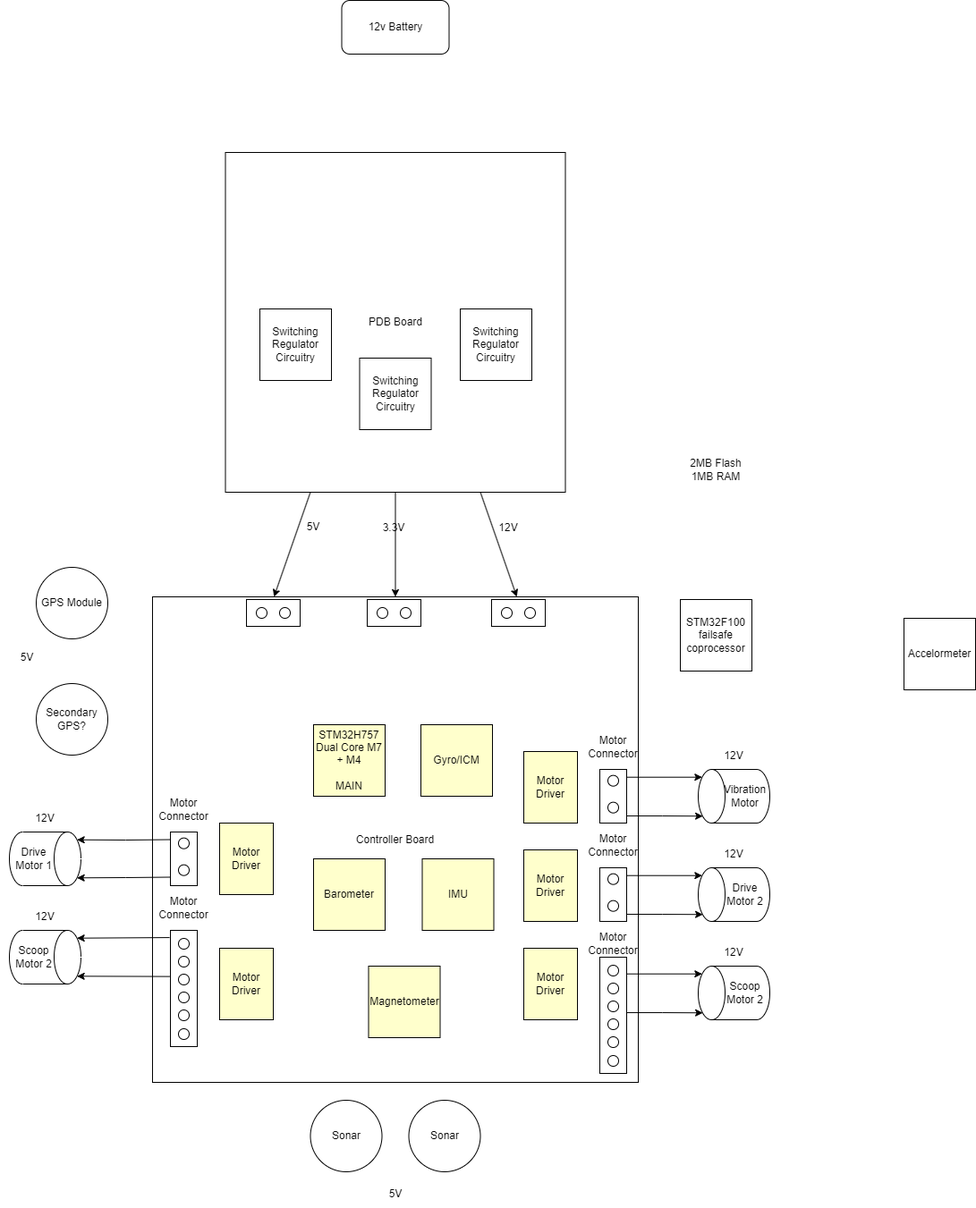
Earlier version of the draw.io export Beach_Clean_Up_Rover/Diagrams/PDB_BlockDiagram.png (erickr8000/Beach_Clean_Up_Rover). Source tidied: cells renumbered, new cells last; positions are measured from the earlier drawing's top-left corner, leaving out a move shared by most shapes.
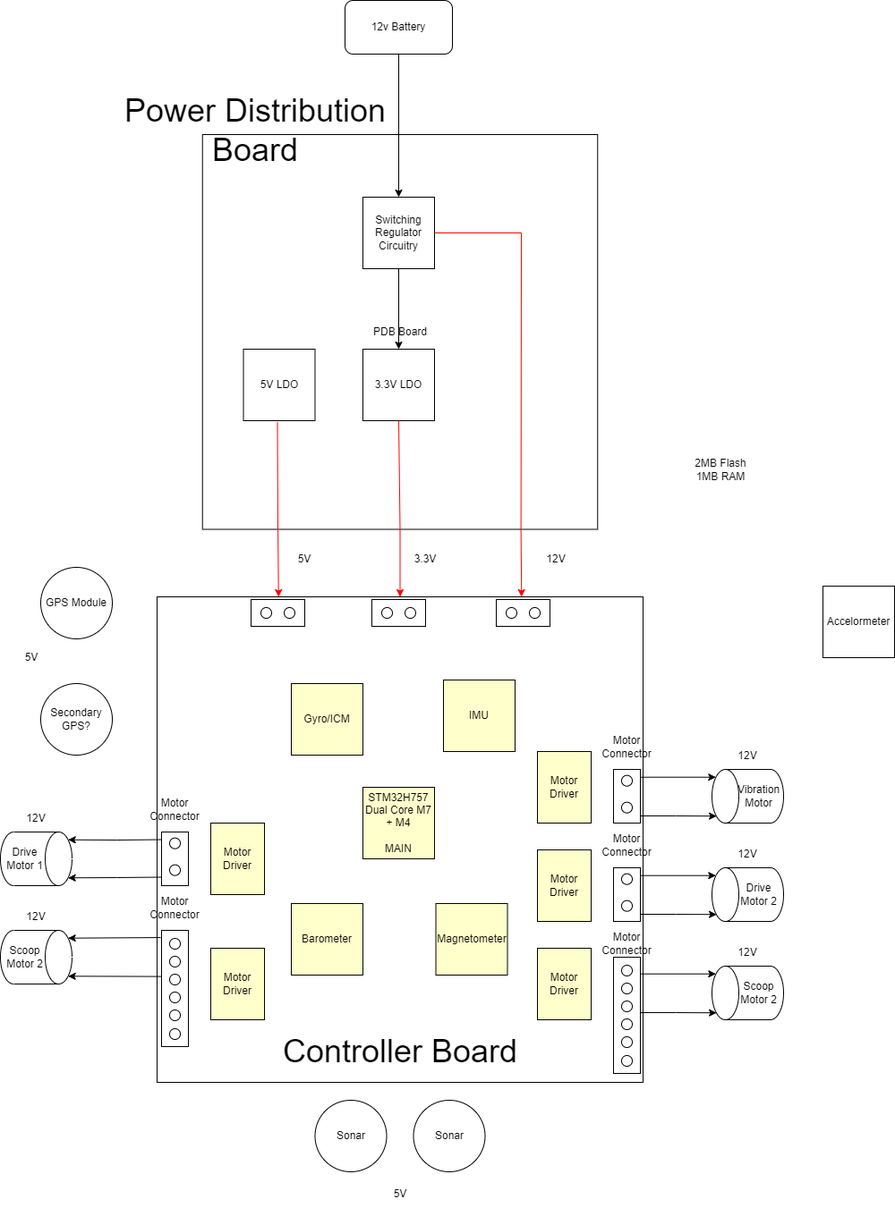
After the commit.

Change to the diagram source:
```diff
@@ -3,7 +3,7 @@
     <mxCell id="0" />
     <mxCell id="1" parent="0" />
     <mxCell id="2" value="12v Battery" style="rounded=1;whiteSpace=wrap;html=1;" parent="1" vertex="1">
-      <mxGeometry x="381.5" width="120" height="60" as="geometry" />
+      <mxGeometry x="380" width="120" height="60" as="geometry" />
     </mxCell>
     <mxCell id="3" value="GPS Module&lt;br&gt;" style="ellipse;whiteSpace=wrap;html=1;" parent="1" vertex="1">
       <mxGeometry x="40" y="634" width="80" height="80" as="geometry" />
@@ -24,31 +24,31 @@
       <mxGeometry x="411.5" y="1320" width="60" height="30" as="geometry" />
     </mxCell>
     <mxCell id="9" value="PDB Board" style="whiteSpace=wrap;html=1;" parent="1" vertex="1">
-      <mxGeometry x="251.5" y="170" width="380" height="380" as="geometry" />
+      <mxGeometry x="220.8" y="150" width="441.5" height="441.5" as="geometry" />
     </mxCell>
-    <mxCell id="10" value="Controller Board" style="whiteSpace=wrap;html=1;" parent="1" vertex="1">
+    <mxCell id="10" style="whiteSpace=wrap;html=1;" parent="1" vertex="1">
       <mxGeometry x="170" y="667" width="543" height="543" as="geometry" />
     </mxCell>
-    <mxCell id="11" style="endArrow=classic;html=1;rounded=0;exitX=0.5;exitY=1;exitDx=0;exitDy=0;entryX=0.5;entryY=0;entryDx=0;entryDy=0;" parent="1" edge="1" source="9" target="10">
+    <mxCell id="11" style="endArrow=classic;html=1;rounded=0;exitX=0.5;exitY=1;exitDx=0;exitDy=0;entryX=0.5;entryY=0;entryDx=0;entryDy=0;strokeColor=#FF0000;" parent="1" edge="1" source="9" target="10">
       <mxGeometry relative="1" as="geometry" />
     </mxCell>
-    <mxCell id="12" style="endArrow=classic;html=1;rounded=0;exitX=0.25;exitY=1;exitDx=0;exitDy=0;entryX=0.25;entryY=0;entryDx=0;entryDy=0;" parent="1" edge="1" source="9" target="10">
+    <mxCell id="12" style="endArrow=classic;html=1;rounded=0;exitX=0.191;exitY=1.001;exitDx=0;exitDy=0;entryX=0.25;entryY=0;entryDx=0;entryDy=0;exitPerimeter=0;strokeColor=#FF0000;" parent="1" edge="1" source="9" target="10">
       <mxGeometry relative="1" as="geometry" />
     </mxCell>
-    <mxCell id="13" style="endArrow=classic;html=1;rounded=0;exitX=0.75;exitY=1;exitDx=0;exitDy=0;entryX=0.75;entryY=0;entryDx=0;entryDy=0;" parent="1" edge="1" source="9" target="10">
+    <mxCell id="13" style="endArrow=classic;html=1;rounded=0;exitX=0.806;exitY=1.004;exitDx=0;exitDy=0;entryX=0.75;entryY=0;entryDx=0;entryDy=0;exitPerimeter=0;strokeColor=#FF0000;" parent="1" edge="1" source="9" target="10">
       <mxGeometry relative="1" as="geometry" />
     </mxCell>
     <mxCell id="14" value="12V" style="text;strokeColor=none;align=center;fillColor=none;html=1;verticalAlign=middle;whiteSpace=wrap;rounded=0;" parent="1" vertex="1">
-      <mxGeometry x="538" y="575" width="60" height="30" as="geometry" />
+      <mxGeometry x="586" y="610" width="60" height="30" as="geometry" />
     </mxCell>
     <mxCell id="15" value="5V" style="text;strokeColor=none;align=center;fillColor=none;html=1;verticalAlign=middle;whiteSpace=wrap;rounded=0;" parent="1" vertex="1">
-      <mxGeometry x="320" y="573.8" width="60" height="30" as="geometry" />
+      <mxGeometry x="305" y="610" width="60" height="30" as="geometry" />
     </mxCell>
     <mxCell id="16" value="3.3V" style="text;strokeColor=none;align=center;fillColor=none;html=1;verticalAlign=middle;whiteSpace=wrap;rounded=0;" parent="1" vertex="1">
-      <mxGeometry x="410" y="575" width="60" height="30" as="geometry" />
+      <mxGeometry x="440" y="610" width="60" height="30" as="geometry" />
     </mxCell>
     <mxCell id="17" style="group;" parent="1" vertex="1">
-      <mxGeometry x="380" y="820" width="480" height="380" as="geometry" />
+      <mxGeometry x="390" y="820" width="480" height="380" as="geometry" />
     </mxCell>
     <mxCell id="18" value="Motor Driver" style="rounded=0;whiteSpace=wrap;html=1;fillColor=#FFFFCC;" parent="17" vertex="1">
       <mxGeometry x="205" y="20" width="60" height="80" as="geometry" />
@@ -188,14 +188,11 @@
     <mxCell id="54" value="Motor Driver" style="rounded=0;whiteSpace=wrap;html=1;fillColor=#FFFFCC;" parent="17" vertex="1">
       <mxGeometry x="205" y="240" width="60" height="80" as="geometry" />
     </mxCell>
-    <mxCell id="55" value="Gyro/ICM" style="whiteSpace=wrap;html=1;fillColor=#FFFFCC;" parent="17" vertex="1">
-      <mxGeometry x="90" y="-10" width="80" height="80" as="geometry" />
-    </mxCell>
-    <mxCell id="56" value="Barometer" style="whiteSpace=wrap;html=1;fillColor=#FFFFCC;" parent="17" vertex="1">
-      <mxGeometry x="-30" y="140" width="80" height="80" as="geometry" />
-    </mxCell>
+    <mxCell id="102" value="IMU" style="whiteSpace=wrap;html=1;fillColor=#FFFFCC;" parent="17" vertex="1">
+      <mxGeometry x="100" y="-60" width="80" height="80" as="geometry" />
+    </mxCell>
     <mxCell id="57" style="group;" parent="1" vertex="1">
-      <mxGeometry x="10" y="890" width="295" height="280" as="geometry" />
+      <mxGeometry x="-5" y="890" width="295" height="280" as="geometry" />
     </mxCell>
     <mxCell id="58" value="Motor Driver" style="rounded=0;whiteSpace=wrap;html=1;fillColor=#FFFFCC;" parent="57" vertex="1">
       <mxGeometry x="235" y="170" width="60" height="80" as="geometry" />
@@ -324,32 +321,60 @@
     <mxCell id="98" style="ellipse;whiteSpace=wrap;html=1;rotation=-90;" parent="1" vertex="1">
       <mxGeometry x="586" y="679" width="12" height="12" as="geometry" />
     </mxCell>
+    <mxCell id="108" style="edgeStyle=orthogonalEdgeStyle;rounded=0;jettySize=auto;html=1;exitX=0.5;exitY=1;exitDx=0;exitDy=0;entryX=0.5;entryY=0;entryDx=0;entryDy=0;" parent="1" edge="1" source="99" target="100">
+      <mxGeometry relative="1" as="geometry" />
+    </mxCell>
     <mxCell id="99" value="Switching Regulator Circuitry" style="whiteSpace=wrap;html=1;" parent="1" vertex="1">
-      <mxGeometry x="514" y="345" width="80" height="80" as="geometry" />
+      <mxGeometry x="400" y="220" width="80" height="80" as="geometry" />
     </mxCell>
-    <mxCell id="100" value="Switching Regulator Circuitry" style="whiteSpace=wrap;html=1;" parent="1" vertex="1">
-      <mxGeometry x="401.5" y="400" width="80" height="80" as="geometry" />
+    <mxCell id="100" value="3.3V LDO" style="whiteSpace=wrap;html=1;" parent="1" vertex="1">
+      <mxGeometry x="400" y="390" width="80" height="80" as="geometry" />
     </mxCell>
-    <mxCell id="101" value="Switching Regulator Circuitry" style="whiteSpace=wrap;html=1;" parent="1" vertex="1">
-      <mxGeometry x="290" y="345" width="80" height="80" as="geometry" />
+    <mxCell id="101" value="5V LDO" style="whiteSpace=wrap;html=1;" parent="1" vertex="1">
+      <mxGeometry x="266.5" y="390" width="80" height="80" as="geometry" />
     </mxCell>
-    <mxCell id="102" value="IMU" style="whiteSpace=wrap;html=1;fillColor=#FFFFCC;" parent="1" vertex="1">
-      <mxGeometry x="471.5" y="960" width="80" height="80" as="geometry" />
-    </mxCell>
     <mxCell id="103" value="STM32H757 Dual Core M7 + M4&lt;br&gt;&lt;br&gt;MAIN" style="whiteSpace=wrap;html=1;fillColor=#FFFFCC;" parent="1" vertex="1">
-      <mxGeometry x="350" y="810" width="80" height="80" as="geometry" />
+      <mxGeometry x="400" y="880" width="80" height="80" as="geometry" />
     </mxCell>
-    <mxCell id="104" value="STM32F100&lt;br&gt;failsafe coprocessor" style="whiteSpace=wrap;html=1;" parent="1" vertex="1">
-      <mxGeometry x="760" y="670" width="80" height="80" as="geometry" />
-    </mxCell>
     <mxCell id="105" value="Accelormeter" style="whiteSpace=wrap;html=1;" parent="1" vertex="1">
-      <mxGeometry x="1010" y="691" width="80" height="80" as="geometry" />
+      <mxGeometry x="914" y="655" width="80" height="80" as="geometry" />
     </mxCell>
     <mxCell id="106" value="Magnetometer" style="whiteSpace=wrap;html=1;fillColor=#FFFFCC;" parent="1" vertex="1">
-      <mxGeometry x="411.5" y="1080" width="80" height="80" as="geometry" />
+      <mxGeometry x="481.5" y="1010" width="80" height="80" as="geometry" />
     </mxCell>
     <mxCell id="107" value="2MB Flash&lt;br&gt;1MB RAM" style="text;strokeColor=none;align=center;fillColor=none;html=1;verticalAlign=middle;whiteSpace=wrap;rounded=0;" parent="1" vertex="1">
       <mxGeometry x="770" y="510" width="60" height="30" as="geometry" />
     </mxCell>
+    <mxCell id="109" style="endArrow=classic;html=1;rounded=0;exitX=0.5;exitY=1;exitDx=0;exitDy=0;entryX=0.5;entryY=0;entryDx=0;entryDy=0;" parent="1" edge="1" source="2" target="99">
+      <mxGeometry relative="1" as="geometry" />
+    </mxCell>
+    <mxCell id="110" style="endArrow=none;html=1;rounded=0;entryX=0.5;entryY=1;entryDx=0;entryDy=0;exitX=0.5;exitY=1;exitDx=0;exitDy=0;strokeColor=#FF0000;" parent="1" edge="1" source="9" target="100">
+      <mxGeometry relative="1" as="geometry" />
+    </mxCell>
+    <mxCell id="111" style="endArrow=none;html=1;rounded=0;entryX=1;entryY=0.5;entryDx=0;entryDy=0;exitX=0.806;exitY=1.003;exitDx=0;exitDy=0;exitPerimeter=0;strokeColor=#FF0000;" parent="1" edge="1" source="9" target="99">
+      <mxGeometry relative="1" as="geometry">
+        <Array as="points">
+          <mxPoint x="577" y="260" />
+        </Array>
+      </mxGeometry>
+    </mxCell>
+    <mxCell id="112" style="endArrow=none;html=1;rounded=0;entryX=0.5;entryY=1;entryDx=0;entryDy=0;strokeColor=#FF0000;fontStyle=1;" parent="1" edge="1">
+      <mxGeometry relative="1" as="geometry">
+        <mxPoint x="305" y="591.5" as="sourcePoint" />
+        <mxPoint x="304.5" y="471.5" as="targetPoint" />
+      </mxGeometry>
+    </mxCell>
+    <mxCell id="55" value="Gyro/ICM" style="whiteSpace=wrap;html=1;fillColor=#FFFFCC;" parent="1" vertex="1">
+      <mxGeometry x="320" y="764" width="80" height="80" as="geometry" />
+    </mxCell>
+    <mxCell id="56" value="Barometer" style="whiteSpace=wrap;html=1;fillColor=#FFFFCC;" parent="1" vertex="1">
+      <mxGeometry x="320" y="1010" width="80" height="80" as="geometry" />
+    </mxCell>
+    <mxCell id="113" value="&lt;font style=&quot;font-size: 36px;&quot;&gt;Controller Board&lt;/font&gt;" style="text;strokeColor=none;align=center;fillColor=none;html=1;verticalAlign=middle;whiteSpace=wrap;rounded=0;" parent="1" vertex="1">
+      <mxGeometry x="281.5" y="1160" width="320" height="30" as="geometry" />
+    </mxCell>
+    <mxCell id="114" value="&lt;font style=&quot;font-size: 36px;&quot;&gt;Power Distribution Board&lt;/font&gt;" style="text;strokeColor=none;align=center;fillColor=none;html=1;verticalAlign=middle;whiteSpace=wrap;rounded=0;" parent="1" vertex="1">
+      <mxGeometry x="120" y="130" width="320" height="30" as="geometry" />
+    </mxCell>
   </root>
 </mxGraphModel>
```
